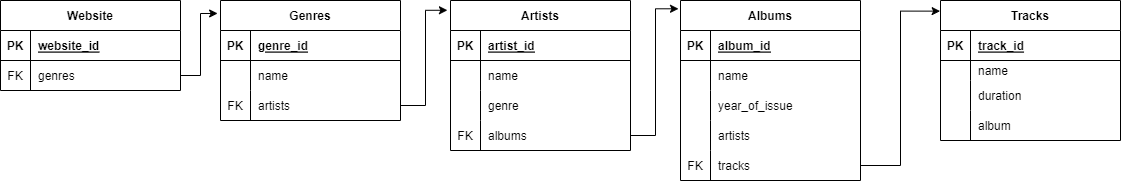
Before: homwork.drawio.png, a diagram exported from draw.io (Galinalinga/homework_db). Source tidied: cells renumbered, new cells last; positions are measured from the earlier drawing's top-left corner, leaving out a move shared by most shapes.
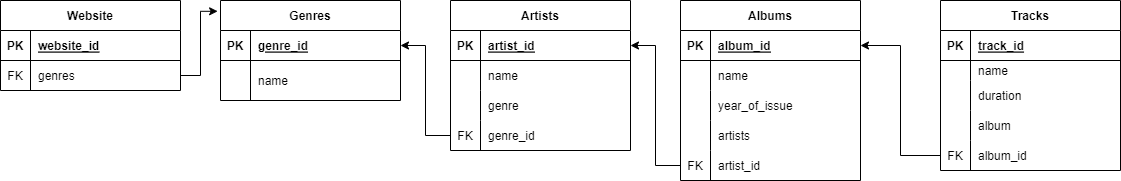
The same file after the commit.

Diff of the diagram source:
```diff
@@ -24,7 +24,7 @@
       <mxGeometry x="30" width="150" height="30" as="geometry" />
     </mxCell>
     <mxCell id="9" value="Genres" style="shape=table;startSize=30;rowLines=0;fontStyle=1;align=center;" parent="1" vertex="1">
-      <mxGeometry x="220" width="180" height="120" as="geometry" />
+      <mxGeometry x="220" width="180" height="100" as="geometry" />
     </mxCell>
     <mxCell id="10" style="shape=tableRow;horizontal=0;startSize=0;swimlaneHead=0;swimlaneBody=0;fillColor=none;points=[[0,0.5],[1,0.5]];portConstraint=eastwest;top=0;left=0;right=0;bottom=1;" parent="9" vertex="1">
       <mxGeometry y="30" width="180" height="30" as="geometry" />
@@ -36,23 +36,14 @@
       <mxGeometry x="30" width="150" height="30" as="geometry" />
     </mxCell>
     <mxCell id="13" style="shape=tableRow;horizontal=0;startSize=0;swimlaneHead=0;swimlaneBody=0;fillColor=none;top=0;left=0;right=0;bottom=0;" parent="9" vertex="1">
-      <mxGeometry y="60" width="180" height="30" as="geometry" />
+      <mxGeometry y="60" width="180" height="40" as="geometry" />
     </mxCell>
     <mxCell id="14" style="shape=partialRectangle;fillColor=none;top=0;left=0;bottom=0;right=0;overflow=hidden;" parent="13" vertex="1">
-      <mxGeometry width="30" height="30" as="geometry" />
+      <mxGeometry width="30" height="40" as="geometry" />
     </mxCell>
     <mxCell id="15" value="name" style="shape=partialRectangle;fillColor=none;top=0;left=0;bottom=0;right=0;align=left;spacingLeft=6;overflow=hidden;" parent="13" vertex="1">
-      <mxGeometry x="30" width="150" height="30" as="geometry" />
+      <mxGeometry x="30" width="150" height="40" as="geometry" />
     </mxCell>
-    <mxCell id="16" style="shape=tableRow;horizontal=0;startSize=0;swimlaneHead=0;swimlaneBody=0;fillColor=none;points=[[0,0.5],[1,0.5]];portConstraint=eastwest;top=0;left=0;right=0;bottom=0;" parent="9" vertex="1">
-      <mxGeometry y="90" width="180" height="30" as="geometry" />
-    </mxCell>
-    <mxCell id="17" value="FK" style="shape=partialRectangle;fillColor=none;top=0;left=0;bottom=0;right=0;overflow=hidden;" parent="16" vertex="1">
-      <mxGeometry width="30" height="30" as="geometry" />
-    </mxCell>
-    <mxCell id="18" value="artists" style="shape=partialRectangle;fillColor=none;top=0;left=0;bottom=0;right=0;align=left;spacingLeft=6;overflow=hidden;" parent="16" vertex="1">
-      <mxGeometry x="30" width="150" height="30" as="geometry" />
-    </mxCell>
     <mxCell id="19" value="Artists" style="shape=table;startSize=30;rowLines=0;fontStyle=1;align=center;" parent="1" vertex="1">
       <mxGeometry x="450" width="180" height="150" as="geometry" />
     </mxCell>
@@ -89,7 +80,7 @@
     <mxCell id="30" value="FK" style="shape=partialRectangle;fillColor=none;top=0;left=0;bottom=0;right=0;overflow=hidden;" parent="29" vertex="1">
       <mxGeometry width="30" height="30" as="geometry" />
     </mxCell>
-    <mxCell id="31" value="albums" style="shape=partialRectangle;fillColor=none;top=0;left=0;bottom=0;right=0;align=left;spacingLeft=6;overflow=hidden;" parent="29" vertex="1">
+    <mxCell id="31" value="genre_id" style="shape=partialRectangle;fillColor=none;top=0;left=0;bottom=0;right=0;align=left;spacingLeft=6;overflow=hidden;" parent="29" vertex="1">
       <mxGeometry x="30" width="150" height="30" as="geometry" />
     </mxCell>
     <mxCell id="32" value="Albums" style="shape=table;startSize=30;rowLines=0;fontStyle=1;align=center;" parent="1" vertex="1">
@@ -137,11 +128,11 @@
     <mxCell id="46" value="FK" style="shape=partialRectangle;fillColor=none;top=0;left=0;bottom=0;right=0;overflow=hidden;" parent="45" vertex="1">
       <mxGeometry width="30" height="30" as="geometry" />
     </mxCell>
-    <mxCell id="47" value="tracks" style="shape=partialRectangle;fillColor=none;top=0;left=0;bottom=0;right=0;align=left;spacingLeft=6;overflow=hidden;" parent="45" vertex="1">
+    <mxCell id="47" value="artist_id" style="shape=partialRectangle;fillColor=none;top=0;left=0;bottom=0;right=0;align=left;spacingLeft=6;overflow=hidden;" parent="45" vertex="1">
       <mxGeometry x="30" width="150" height="30" as="geometry" />
     </mxCell>
     <mxCell id="48" value="Tracks" style="shape=table;startSize=30;rowLines=0;fontStyle=1;align=center;" parent="1" vertex="1">
-      <mxGeometry x="940" width="180" height="140" as="geometry" />
+      <mxGeometry x="940" width="180" height="170" as="geometry" />
     </mxCell>
     <mxCell id="49" style="shape=tableRow;horizontal=0;startSize=0;swimlaneHead=0;swimlaneBody=0;fillColor=none;top=0;left=0;right=0;bottom=1;" parent="48" vertex="1">
       <mxGeometry y="30" width="180" height="30" as="geometry" />
@@ -179,17 +170,26 @@
     <mxCell id="60" value="album" style="shape=partialRectangle;fillColor=none;top=0;left=0;bottom=0;right=0;align=left;spacingLeft=6;overflow=hidden;" parent="58" vertex="1">
       <mxGeometry x="30" width="150" height="30" as="geometry" />
     </mxCell>
+    <mxCell id="65" style="shape=tableRow;horizontal=0;startSize=0;swimlaneHead=0;swimlaneBody=0;fillColor=none;points=[[0,0.5],[1,0.5]];portConstraint=eastwest;top=0;left=0;right=0;bottom=0;" parent="48" vertex="1">
+      <mxGeometry y="140" width="180" height="30" as="geometry" />
+    </mxCell>
+    <mxCell id="17" value="FK" style="shape=partialRectangle;fillColor=none;top=0;left=0;bottom=0;right=0;overflow=hidden;" parent="65" vertex="1">
+      <mxGeometry width="30" height="30" as="geometry" />
+    </mxCell>
+    <mxCell id="66" value="album_id" style="shape=partialRectangle;fillColor=none;top=0;left=0;bottom=0;right=0;align=left;spacingLeft=6;overflow=hidden;" parent="65" vertex="1">
+      <mxGeometry x="30" width="150" height="30" as="geometry" />
+    </mxCell>
     <mxCell id="61" style="edgeStyle=orthogonalEdgeStyle;rounded=0;jettySize=auto;html=1;entryX=-0.016;entryY=0.108;entryDx=0;entryDy=0;entryPerimeter=0;" parent="1" edge="1" source="6" target="9">
       <mxGeometry relative="1" as="geometry" />
     </mxCell>
-    <mxCell id="62" style="edgeStyle=orthogonalEdgeStyle;rounded=0;jettySize=auto;html=1;entryX=-0.017;entryY=0.065;entryDx=0;entryDy=0;entryPerimeter=0;" parent="1" edge="1" source="16" target="19">
-      <mxGeometry relative="1" as="geometry" />
-    </mxCell>
-    <mxCell id="63" style="edgeStyle=orthogonalEdgeStyle;rounded=0;jettySize=auto;html=1;entryX=-0.011;entryY=0.046;entryDx=0;entryDy=0;entryPerimeter=0;" parent="1" edge="1" source="29" target="32">
-      <mxGeometry relative="1" as="geometry" />
-    </mxCell>
-    <mxCell id="64" style="edgeStyle=orthogonalEdgeStyle;rounded=0;jettySize=auto;html=1;entryX=-0.002;entryY=0.076;entryDx=0;entryDy=0;entryPerimeter=0;" parent="1" edge="1" source="45" target="48">
-      <mxGeometry relative="1" as="geometry" />
-    </mxCell>
+    <mxCell id="67" style="edgeStyle=orthogonalEdgeStyle;rounded=0;jettySize=auto;html=1;entryX=1;entryY=0.5;entryDx=0;entryDy=0;" parent="1" edge="1" source="45" target="20">
+      <mxGeometry relative="1" as="geometry" />
+    </mxCell>
+    <mxCell id="68" style="edgeStyle=orthogonalEdgeStyle;rounded=0;jettySize=auto;html=1;entryX=1;entryY=0.5;entryDx=0;entryDy=0;" parent="1" edge="1" source="65" target="33">
+      <mxGeometry relative="1" as="geometry" />
+    </mxCell>
+    <mxCell id="69" style="edgeStyle=orthogonalEdgeStyle;rounded=0;jettySize=auto;html=1;entryX=1;entryY=0.5;entryDx=0;entryDy=0;" parent="1" edge="1" source="29" target="10">
+      <mxGeometry relative="1" as="geometry" />
+    </mxCell>
   </root>
 </mxGraphModel>
```
